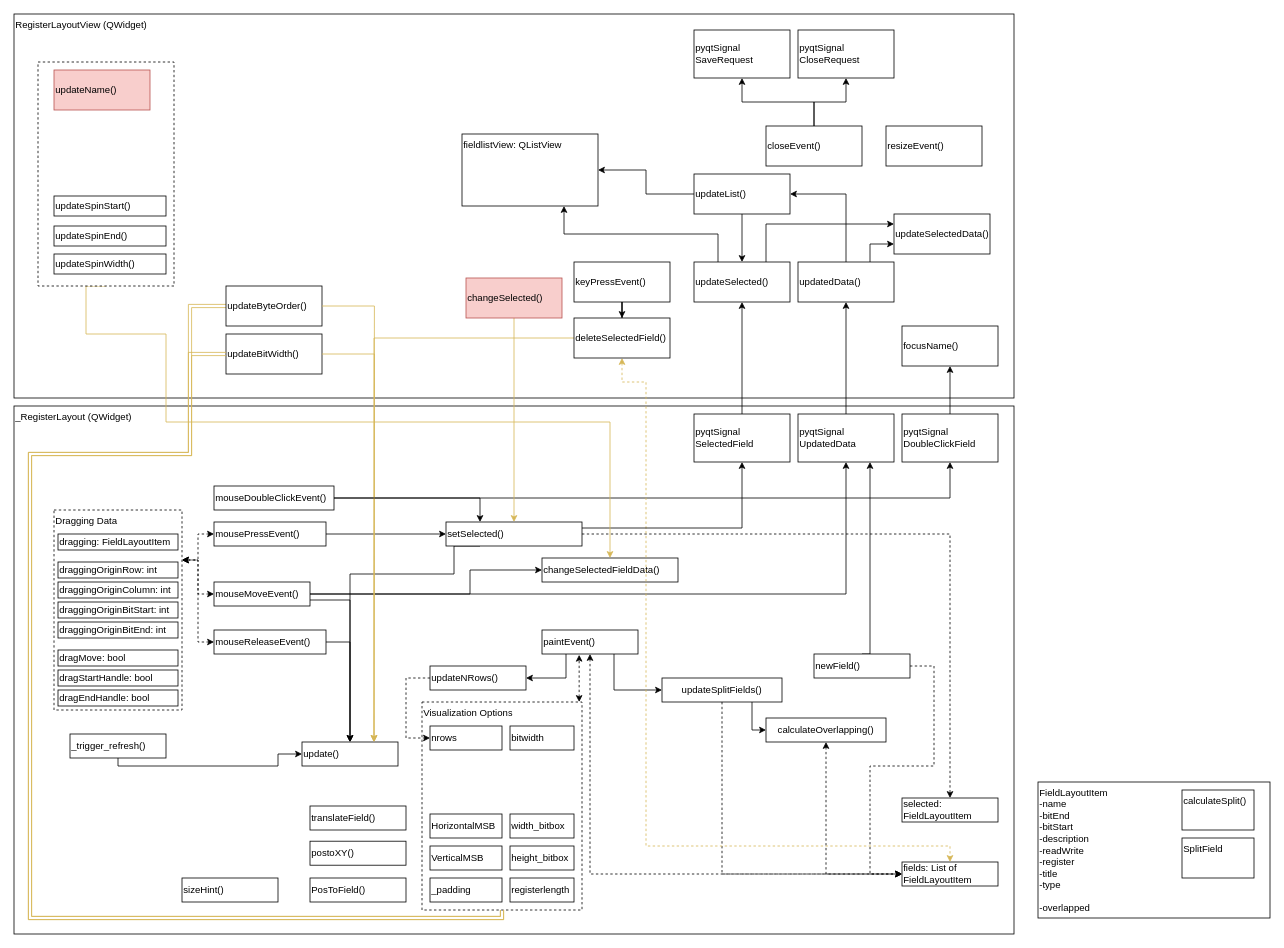
polfeliu/Cyanochew keeps this draw.io diagram as page "registerLayout" (2 of 2) of doc/Architecture.drawio. Above is the earlier version. Source tidied: cells renumbered, new cells numbered last; positions are measured from the earlier drawing's top-left corner, leaving out a move shared by most shapes. Both pictures are drawn from the tidied source at 80%, with x=0, y=0 at pixel (14, 14).
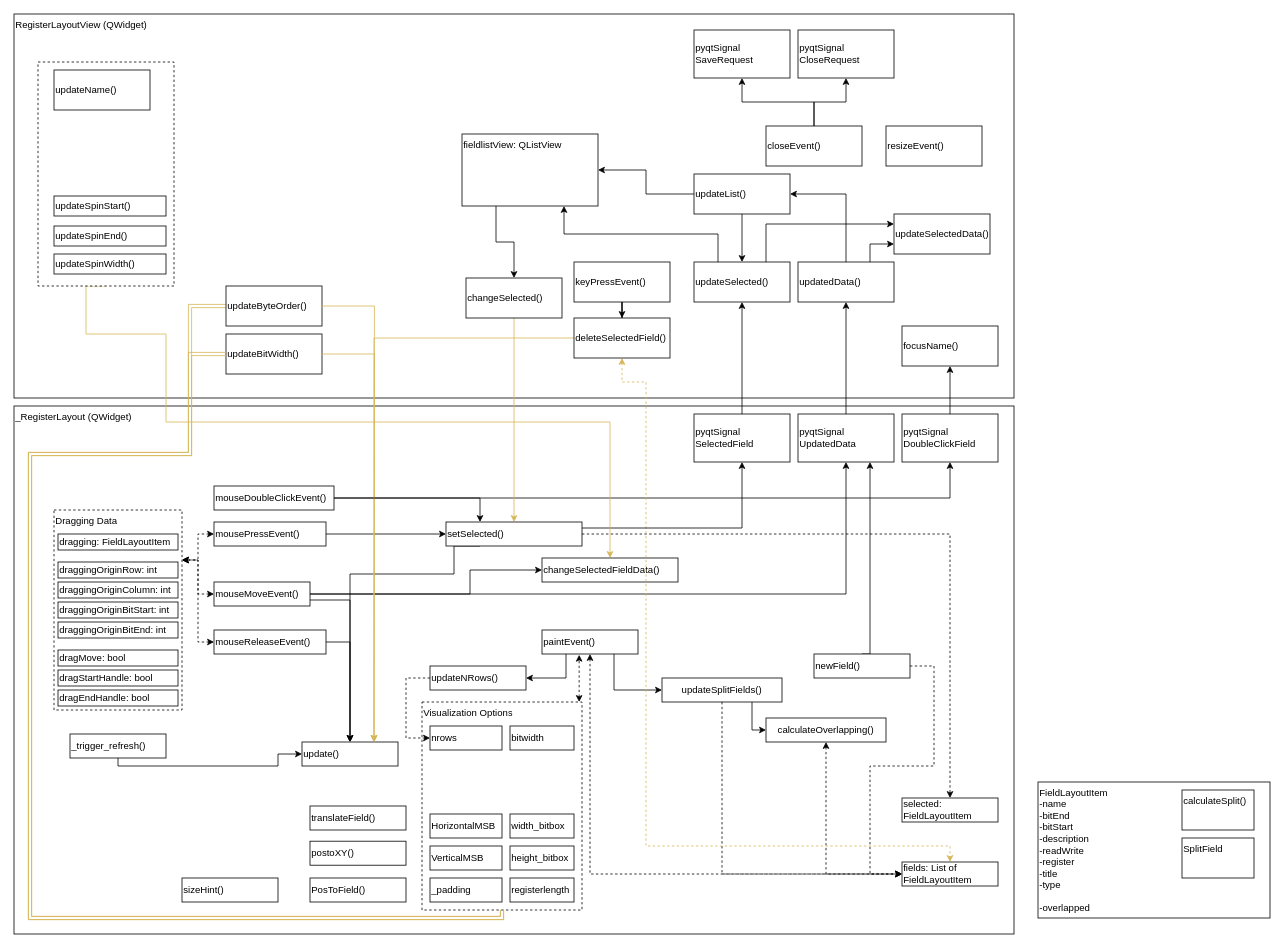
After the change.

Commit message:
removed red color from methods since these methods are implemented now

The change refers to these unchanged cells:
```xml
<mxCell id="104" value="fieldlistView: QListView" style="rounded=0;whiteSpace=wrap;html=1;align=left;verticalAlign=top;" parent="1" vertex="1">
  <mxGeometry x="560" y="150" width="170" height="90" as="geometry" />
</mxCell>
```

Change to the diagram source:
```diff
@@
-    <mxCell id="100" value="changeSelected()" style="rounded=0;whiteSpace=wrap;html=1;align=left;fillColor=#f8cecc;strokeColor=#b85450;" parent="1" vertex="1">
+    <mxCell id="100" value="changeSelected()" style="rounded=0;whiteSpace=wrap;html=1;align=left;" parent="1" vertex="1">
       <mxGeometry x="565" y="330" width="120" height="50" as="geometry" />
     </mxCell>
@@
+    <mxCell id="112" style="edgeStyle=orthogonalEdgeStyle;rounded=0;jettySize=auto;html=1;exitX=0.25;exitY=1;exitDx=0;exitDy=0;entryX=0.5;entryY=0;entryDx=0;entryDy=0;startArrow=none;startFill=0;endArrow=classic;endFill=1;" parent="1" edge="1" source="104" target="100">
+      <mxGeometry relative="1" as="geometry" />
+    </mxCell>
@@
-    <mxCell id="111" value="updateName()" style="rounded=0;whiteSpace=wrap;html=1;align=left;fillColor=#f8cecc;strokeColor=#b85450;" parent="1" vertex="1">
+    <mxCell id="111" value="updateName()" style="rounded=0;whiteSpace=wrap;html=1;align=left;" parent="1" vertex="1">
       <mxGeometry x="50" y="70" width="120" height="50" as="geometry" />
     </mxCell>
```
